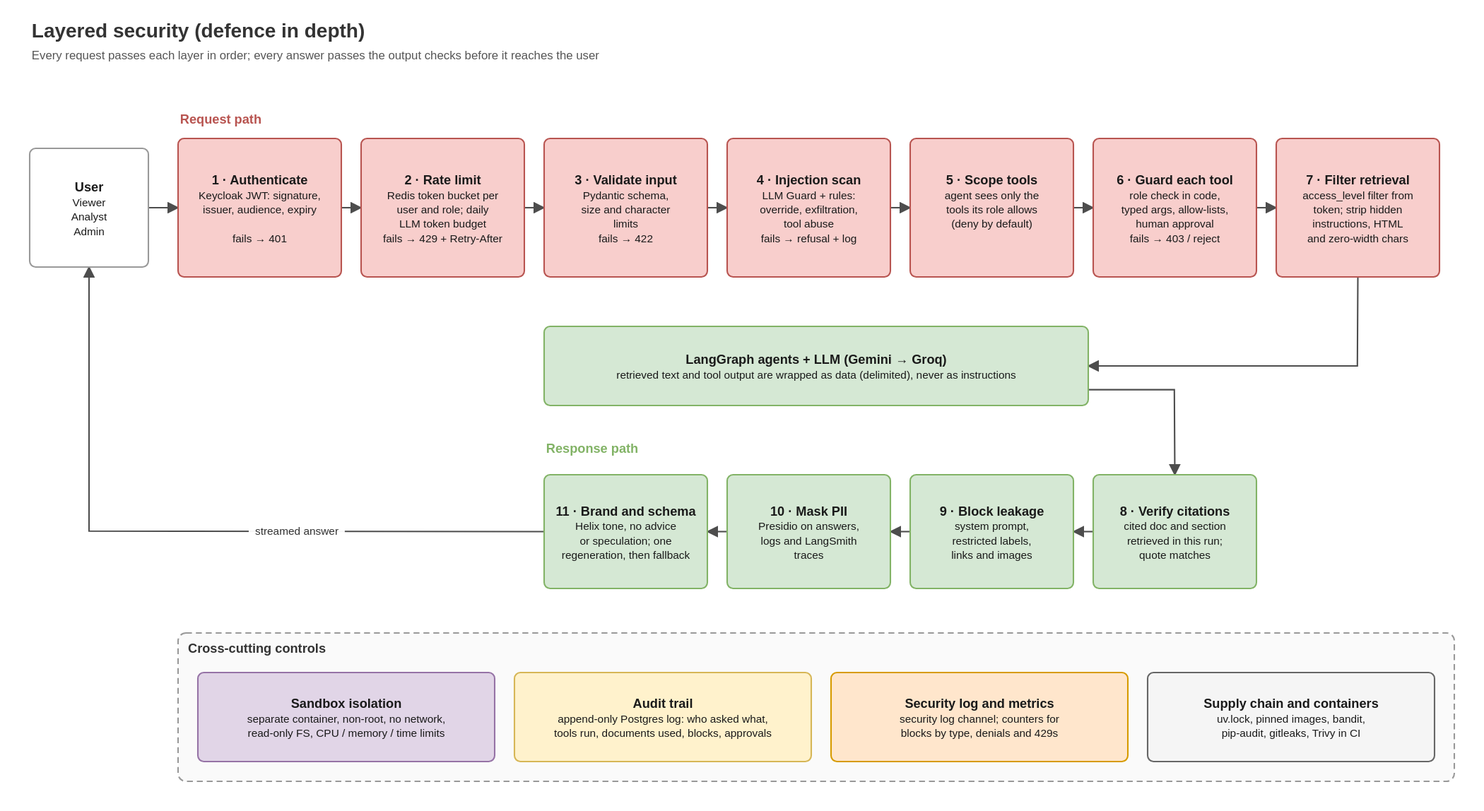
Earlier version of the draw.io export docs/architecture/06-security-layers.drawio.svg (madukawala/enterprise-knowledge-agent). Source tidied: cells renumbered, new cells last; positions are measured from the earlier drawing's top-left corner, leaving out a move shared by most shapes. Source of this version:
```xml
<mxGraphModel background="#FFFFFF">
  <root>
    <mxCell id="0" />
    <mxCell id="1" parent="0" />
    <mxCell id="2" value="&lt;b&gt;Cross-cutting controls&lt;/b&gt;" style="html=1;whiteSpace=wrap;fontFamily=Helvetica;fontSize=13;fontColor=#333333;rounded=1;absoluteArcSize=1;arcSize=16;dashed=1;dashPattern=6 4;fillColor=#FAFAFA;strokeColor=#999999;verticalAlign=top;align=left;spacingLeft=10;spacingTop=4;" parent="1" vertex="1">
      <mxGeometry x="150" y="622" width="1290" height="150" as="geometry" />
    </mxCell>
    <mxCell id="3" value="&lt;b&gt;Layered security (defence in depth)&lt;/b&gt;" style="text;html=1;whiteSpace=wrap;fontFamily=Helvetica;fontSize=20;fontColor=#333333;align=left;verticalAlign=top;strokeColor=none;fillColor=none;" parent="1" vertex="1">
      <mxGeometry width="1440" height="30" as="geometry" />
    </mxCell>
    <mxCell id="4" value="Every request passes each layer in order; every answer passes the output checks before it reaches the user" style="text;html=1;whiteSpace=wrap;fontFamily=Helvetica;fontSize=12;fontColor=#555555;align=left;verticalAlign=top;strokeColor=none;fillColor=none;" parent="1" vertex="1">
      <mxGeometry y="30" width="1440" height="20" as="geometry" />
    </mxCell>
    <mxCell id="5" value="&lt;b&gt;User&lt;/b&gt;&lt;br&gt;&lt;span style=&quot;font-size:11px&quot;&gt;Viewer&lt;br&gt;Analyst&lt;br&gt;Admin&lt;/span&gt;" style="html=1;whiteSpace=wrap;fontFamily=Helvetica;fontSize=13;fontColor=#1A1A1A;rounded=1;absoluteArcSize=1;arcSize=12;fillColor=#FFFFFF;strokeColor=#999999;strokeWidth=1.5;align=center;" parent="1" vertex="1">
      <mxGeometry y="132" width="120" height="120" as="geometry" />
    </mxCell>
    <mxCell id="6" value="&lt;b&gt;Request path&lt;/b&gt;" style="text;html=1;whiteSpace=wrap;fontFamily=Helvetica;fontSize=13;fontColor=#B85450;align=left;verticalAlign=top;strokeColor=none;fillColor=none;" parent="1" vertex="1">
      <mxGeometry x="150" y="94" width="400" height="20" as="geometry" />
    </mxCell>
    <mxCell id="7" value="&lt;b&gt;1 · Authenticate&lt;/b&gt;&lt;br&gt;&lt;span style=&quot;font-size:11px&quot;&gt;Keycloak JWT: signature,&lt;br&gt;issuer, audience, expiry&lt;br&gt;&lt;br&gt;fails → 401&lt;/span&gt;" style="html=1;whiteSpace=wrap;fontFamily=Helvetica;fontSize=13;fontColor=#1A1A1A;rounded=1;absoluteArcSize=1;arcSize=12;fillColor=#F8CECC;strokeColor=#B85450;strokeWidth=1.5;align=center;" parent="1" vertex="1">
      <mxGeometry x="150" y="122" width="165" height="140" as="geometry" />
    </mxCell>
    <mxCell id="8" value="&lt;b&gt;2 · Rate limit&lt;/b&gt;&lt;br&gt;&lt;span style=&quot;font-size:11px&quot;&gt;Redis token bucket per&lt;br&gt;user and role; daily&lt;br&gt;LLM token budget&lt;br&gt;fails → 429 + Retry-After&lt;/span&gt;" style="html=1;whiteSpace=wrap;fontFamily=Helvetica;fontSize=13;fontColor=#1A1A1A;rounded=1;absoluteArcSize=1;arcSize=12;fillColor=#F8CECC;strokeColor=#B85450;strokeWidth=1.5;align=center;" parent="1" vertex="1">
      <mxGeometry x="335" y="122" width="165" height="140" as="geometry" />
    </mxCell>
    <mxCell id="9" value="&lt;b&gt;3 · Validate input&lt;/b&gt;&lt;br&gt;&lt;span style=&quot;font-size:11px&quot;&gt;Pydantic schema,&lt;br&gt;size and character&lt;br&gt;limits&lt;br&gt;fails → 422&lt;/span&gt;" style="html=1;whiteSpace=wrap;fontFamily=Helvetica;fontSize=13;fontColor=#1A1A1A;rounded=1;absoluteArcSize=1;arcSize=12;fillColor=#F8CECC;strokeColor=#B85450;strokeWidth=1.5;align=center;" parent="1" vertex="1">
      <mxGeometry x="520" y="122" width="165" height="140" as="geometry" />
    </mxCell>
    <mxCell id="10" value="&lt;b&gt;4 · Injection scan&lt;/b&gt;&lt;br&gt;&lt;span style=&quot;font-size:11px&quot;&gt;LLM Guard + rules:&lt;br&gt;override, exfiltration,&lt;br&gt;tool abuse&lt;br&gt;fails → refusal + log&lt;/span&gt;" style="html=1;whiteSpace=wrap;fontFamily=Helvetica;fontSize=13;fontColor=#1A1A1A;rounded=1;absoluteArcSize=1;arcSize=12;fillColor=#F8CECC;strokeColor=#B85450;strokeWidth=1.5;align=center;" parent="1" vertex="1">
      <mxGeometry x="705" y="122" width="165" height="140" as="geometry" />
    </mxCell>
    <mxCell id="11" value="&lt;b&gt;5 · Scope tools&lt;/b&gt;&lt;br&gt;&lt;span style=&quot;font-size:11px&quot;&gt;agent sees only the&lt;br&gt;tools its role allows&lt;br&gt;(deny by default)&lt;br&gt;&lt;/span&gt;" style="html=1;whiteSpace=wrap;fontFamily=Helvetica;fontSize=13;fontColor=#1A1A1A;rounded=1;absoluteArcSize=1;arcSize=12;fillColor=#F8CECC;strokeColor=#B85450;strokeWidth=1.5;align=center;" parent="1" vertex="1">
      <mxGeometry x="890" y="122" width="165" height="140" as="geometry" />
    </mxCell>
    <mxCell id="12" value="&lt;b&gt;6 · Guard each tool&lt;/b&gt;&lt;br&gt;&lt;span style=&quot;font-size:11px&quot;&gt;role check in code,&lt;br&gt;typed args, allow-lists,&lt;br&gt;human approval&lt;br&gt;fails → 403 / reject&lt;/span&gt;" style="html=1;whiteSpace=wrap;fontFamily=Helvetica;fontSize=13;fontColor=#1A1A1A;rounded=1;absoluteArcSize=1;arcSize=12;fillColor=#F8CECC;strokeColor=#B85450;strokeWidth=1.5;align=center;" parent="1" vertex="1">
      <mxGeometry x="1075" y="122" width="165" height="140" as="geometry" />
    </mxCell>
    <mxCell id="13" value="&lt;b&gt;7 · Filter retrieval&lt;/b&gt;&lt;br&gt;&lt;span style=&quot;font-size:11px&quot;&gt;access_level filter from&lt;br&gt;token; strip hidden&lt;br&gt;instructions, HTML&lt;br&gt;and zero-width chars&lt;/span&gt;" style="html=1;whiteSpace=wrap;fontFamily=Helvetica;fontSize=13;fontColor=#1A1A1A;rounded=1;absoluteArcSize=1;arcSize=12;fillColor=#F8CECC;strokeColor=#B85450;strokeWidth=1.5;align=center;" parent="1" vertex="1">
      <mxGeometry x="1260" y="122" width="165" height="140" as="geometry" />
    </mxCell>
    <mxCell id="14" value="&lt;b&gt;LangGraph agents + LLM (Gemini → Groq)&lt;/b&gt;&lt;br&gt;&lt;span style=&quot;font-size:11px&quot;&gt;retrieved text and tool output are wrapped as data (delimited), never as instructions&lt;/span&gt;" style="html=1;whiteSpace=wrap;fontFamily=Helvetica;fontSize=13;fontColor=#1A1A1A;rounded=1;absoluteArcSize=1;arcSize=12;fillColor=#D5E8D4;strokeColor=#82B366;strokeWidth=1.5;align=center;" parent="1" vertex="1">
      <mxGeometry x="520" y="312" width="550" height="80" as="geometry" />
    </mxCell>
    <mxCell id="15" value="&lt;b&gt;Response path&lt;/b&gt;" style="text;html=1;whiteSpace=wrap;fontFamily=Helvetica;fontSize=13;fontColor=#82B366;align=left;verticalAlign=top;strokeColor=none;fillColor=none;" parent="1" vertex="1">
      <mxGeometry x="520" y="427" width="400" height="20" as="geometry" />
    </mxCell>
    <mxCell id="16" value="&lt;b&gt;8 · Verify citations&lt;/b&gt;&lt;br&gt;&lt;span style=&quot;font-size:11px&quot;&gt;cited doc and section&lt;br&gt;retrieved in this run;&lt;br&gt;quote matches&lt;/span&gt;" style="html=1;whiteSpace=wrap;fontFamily=Helvetica;fontSize=13;fontColor=#1A1A1A;rounded=1;absoluteArcSize=1;arcSize=12;fillColor=#D5E8D4;strokeColor=#82B366;strokeWidth=1.5;align=center;" parent="1" vertex="1">
      <mxGeometry x="1075" y="462" width="165" height="115" as="geometry" />
    </mxCell>
    <mxCell id="17" value="&lt;b&gt;9 · Block leakage&lt;/b&gt;&lt;br&gt;&lt;span style=&quot;font-size:11px&quot;&gt;system prompt,&lt;br&gt;restricted labels,&lt;br&gt;links and images&lt;/span&gt;" style="html=1;whiteSpace=wrap;fontFamily=Helvetica;fontSize=13;fontColor=#1A1A1A;rounded=1;absoluteArcSize=1;arcSize=12;fillColor=#D5E8D4;strokeColor=#82B366;strokeWidth=1.5;align=center;" parent="1" vertex="1">
      <mxGeometry x="890" y="462" width="165" height="115" as="geometry" />
    </mxCell>
    <mxCell id="18" value="&lt;b&gt;10 · Mask PII&lt;/b&gt;&lt;br&gt;&lt;span style=&quot;font-size:11px&quot;&gt;Presidio on answers,&lt;br&gt;logs and LangSmith&lt;br&gt;traces&lt;/span&gt;" style="html=1;whiteSpace=wrap;fontFamily=Helvetica;fontSize=13;fontColor=#1A1A1A;rounded=1;absoluteArcSize=1;arcSize=12;fillColor=#D5E8D4;strokeColor=#82B366;strokeWidth=1.5;align=center;" parent="1" vertex="1">
      <mxGeometry x="705" y="462" width="165" height="115" as="geometry" />
    </mxCell>
    <mxCell id="19" value="&lt;b&gt;11 · Brand and schema&lt;/b&gt;&lt;br&gt;&lt;span style=&quot;font-size:11px&quot;&gt;Helix tone, no advice&lt;br&gt;or speculation; one&lt;br&gt;regeneration, then fallback&lt;/span&gt;" style="html=1;whiteSpace=wrap;fontFamily=Helvetica;fontSize=13;fontColor=#1A1A1A;rounded=1;absoluteArcSize=1;arcSize=12;fillColor=#D5E8D4;strokeColor=#82B366;strokeWidth=1.5;align=center;" parent="1" vertex="1">
      <mxGeometry x="520" y="462" width="165" height="115" as="geometry" />
    </mxCell>
    <mxCell id="20" value="&lt;b&gt;Sandbox isolation&lt;/b&gt;&lt;br&gt;&lt;span style=&quot;font-size:11px&quot;&gt;separate container, non-root, no network,&lt;br&gt;read-only FS, CPU / memory / time limits&lt;/span&gt;" style="html=1;whiteSpace=wrap;fontFamily=Helvetica;fontSize=13;fontColor=#1A1A1A;rounded=1;absoluteArcSize=1;arcSize=12;fillColor=#E1D5E7;strokeColor=#9673A6;strokeWidth=1.5;align=center;" parent="1" vertex="1">
      <mxGeometry x="170" y="662" width="300" height="90" as="geometry" />
    </mxCell>
    <mxCell id="21" value="&lt;b&gt;Audit trail&lt;/b&gt;&lt;br&gt;&lt;span style=&quot;font-size:11px&quot;&gt;append-only Postgres log: who asked what,&lt;br&gt;tools run, documents used, blocks, approvals&lt;/span&gt;" style="html=1;whiteSpace=wrap;fontFamily=Helvetica;fontSize=13;fontColor=#1A1A1A;rounded=1;absoluteArcSize=1;arcSize=12;fillColor=#FFF2CC;strokeColor=#D6B656;strokeWidth=1.5;align=center;" parent="1" vertex="1">
      <mxGeometry x="490" y="662" width="300" height="90" as="geometry" />
    </mxCell>
    <mxCell id="22" value="&lt;b&gt;Security log and metrics&lt;/b&gt;&lt;br&gt;&lt;span style=&quot;font-size:11px&quot;&gt;security log channel; counters for&lt;br&gt;blocks by type, denials and 429s&lt;/span&gt;" style="html=1;whiteSpace=wrap;fontFamily=Helvetica;fontSize=13;fontColor=#1A1A1A;rounded=1;absoluteArcSize=1;arcSize=12;fillColor=#FFE6CC;strokeColor=#D79B00;strokeWidth=1.5;align=center;" parent="1" vertex="1">
      <mxGeometry x="810" y="662" width="300" height="90" as="geometry" />
    </mxCell>
    <mxCell id="23" value="&lt;b&gt;Supply chain and containers&lt;/b&gt;&lt;br&gt;&lt;span style=&quot;font-size:11px&quot;&gt;uv.lock, pinned images, bandit,&lt;br&gt;pip-audit, gitleaks, Trivy in CI&lt;/span&gt;" style="html=1;whiteSpace=wrap;fontFamily=Helvetica;fontSize=13;fontColor=#1A1A1A;rounded=1;absoluteArcSize=1;arcSize=12;fillColor=#F5F5F5;strokeColor=#666666;strokeWidth=1.5;align=center;" parent="1" vertex="1">
      <mxGeometry x="1130" y="662" width="290" height="90" as="geometry" />
    </mxCell>
    <mxCell id="24" style="edgeStyle=none;rounded=0;html=1;fontFamily=Helvetica;fontSize=11;fontColor=#333333;labelBackgroundColor=#FFFFFF;strokeColor=#4D4D4D;strokeWidth=1.5;endArrow=block;endFill=1;endSize=7;exitX=1;exitY=0.5;exitDx=0;exitDy=0;entryX=0;entryY=0.5;entryDx=0;entryDy=0;" parent="1" edge="1" source="7" target="8">
      <mxGeometry relative="1" as="geometry" />
    </mxCell>
    <mxCell id="25" style="edgeStyle=none;rounded=0;html=1;fontFamily=Helvetica;fontSize=11;fontColor=#333333;labelBackgroundColor=#FFFFFF;strokeColor=#4D4D4D;strokeWidth=1.5;endArrow=block;endFill=1;endSize=7;exitX=1;exitY=0.5;exitDx=0;exitDy=0;entryX=0;entryY=0.5;entryDx=0;entryDy=0;" parent="1" edge="1" source="8" target="9">
      <mxGeometry relative="1" as="geometry" />
    </mxCell>
    <mxCell id="26" style="edgeStyle=none;rounded=0;html=1;fontFamily=Helvetica;fontSize=11;fontColor=#333333;labelBackgroundColor=#FFFFFF;strokeColor=#4D4D4D;strokeWidth=1.5;endArrow=block;endFill=1;endSize=7;exitX=1;exitY=0.5;exitDx=0;exitDy=0;entryX=0;entryY=0.5;entryDx=0;entryDy=0;" parent="1" edge="1" source="9" target="10">
      <mxGeometry relative="1" as="geometry" />
    </mxCell>
    <mxCell id="27" style="edgeStyle=none;rounded=0;html=1;fontFamily=Helvetica;fontSize=11;fontColor=#333333;labelBackgroundColor=#FFFFFF;strokeColor=#4D4D4D;strokeWidth=1.5;endArrow=block;endFill=1;endSize=7;exitX=1;exitY=0.5;exitDx=0;exitDy=0;entryX=0;entryY=0.5;entryDx=0;entryDy=0;" parent="1" edge="1" source="10" target="11">
      <mxGeometry relative="1" as="geometry" />
    </mxCell>
    <mxCell id="28" style="edgeStyle=none;rounded=0;html=1;fontFamily=Helvetica;fontSize=11;fontColor=#333333;labelBackgroundColor=#FFFFFF;strokeColor=#4D4D4D;strokeWidth=1.5;endArrow=block;endFill=1;endSize=7;exitX=1;exitY=0.5;exitDx=0;exitDy=0;entryX=0;entryY=0.5;entryDx=0;entryDy=0;" parent="1" edge="1" source="11" target="12">
      <mxGeometry relative="1" as="geometry" />
    </mxCell>
    <mxCell id="29" style="edgeStyle=none;rounded=0;html=1;fontFamily=Helvetica;fontSize=11;fontColor=#333333;labelBackgroundColor=#FFFFFF;strokeColor=#4D4D4D;strokeWidth=1.5;endArrow=block;endFill=1;endSize=7;exitX=1;exitY=0.5;exitDx=0;exitDy=0;entryX=0;entryY=0.5;entryDx=0;entryDy=0;" parent="1" edge="1" source="12" target="13">
      <mxGeometry relative="1" as="geometry" />
    </mxCell>
    <mxCell id="30" style="edgeStyle=none;rounded=0;html=1;fontFamily=Helvetica;fontSize=11;fontColor=#333333;labelBackgroundColor=#FFFFFF;strokeColor=#4D4D4D;strokeWidth=1.5;endArrow=block;endFill=1;endSize=7;exitX=1;exitY=0.5;exitDx=0;exitDy=0;entryX=0;entryY=0.5;entryDx=0;entryDy=0;" parent="1" edge="1" source="5" target="7">
      <mxGeometry relative="1" as="geometry" />
    </mxCell>
    <mxCell id="31" style="edgeStyle=none;rounded=0;html=1;fontFamily=Helvetica;fontSize=11;fontColor=#333333;labelBackgroundColor=#FFFFFF;strokeColor=#4D4D4D;strokeWidth=1.5;endArrow=block;endFill=1;endSize=7;exitX=0.5;exitY=1;exitDx=0;exitDy=0;entryX=1;entryY=0.5;entryDx=0;entryDy=0;" parent="1" edge="1" source="13" target="14">
      <mxGeometry relative="1" as="geometry">
        <Array as="points">
          <mxPoint x="1342" y="352" />
        </Array>
      </mxGeometry>
    </mxCell>
    <mxCell id="32" style="edgeStyle=none;rounded=0;html=1;fontFamily=Helvetica;fontSize=11;fontColor=#333333;labelBackgroundColor=#FFFFFF;strokeColor=#4D4D4D;strokeWidth=1.5;endArrow=block;endFill=1;endSize=7;exitX=0;exitY=0.5;exitDx=0;exitDy=0;entryX=1;entryY=0.5;entryDx=0;entryDy=0;" parent="1" edge="1" source="16" target="17">
      <mxGeometry relative="1" as="geometry" />
    </mxCell>
    <mxCell id="33" style="edgeStyle=none;rounded=0;html=1;fontFamily=Helvetica;fontSize=11;fontColor=#333333;labelBackgroundColor=#FFFFFF;strokeColor=#4D4D4D;strokeWidth=1.5;endArrow=block;endFill=1;endSize=7;exitX=0;exitY=0.5;exitDx=0;exitDy=0;entryX=1;entryY=0.5;entryDx=0;entryDy=0;" parent="1" edge="1" source="17" target="18">
      <mxGeometry relative="1" as="geometry" />
    </mxCell>
    <mxCell id="34" style="edgeStyle=none;rounded=0;html=1;fontFamily=Helvetica;fontSize=11;fontColor=#333333;labelBackgroundColor=#FFFFFF;strokeColor=#4D4D4D;strokeWidth=1.5;endArrow=block;endFill=1;endSize=7;exitX=0;exitY=0.5;exitDx=0;exitDy=0;entryX=1;entryY=0.5;entryDx=0;entryDy=0;" parent="1" edge="1" source="18" target="19">
      <mxGeometry relative="1" as="geometry" />
    </mxCell>
    <mxCell id="35" style="edgeStyle=none;rounded=0;html=1;fontFamily=Helvetica;fontSize=11;fontColor=#333333;labelBackgroundColor=#FFFFFF;strokeColor=#4D4D4D;strokeWidth=1.5;endArrow=block;endFill=1;endSize=7;exitX=1;exitY=0.8;exitDx=0;exitDy=0;entryX=0.5;entryY=0;entryDx=0;entryDy=0;" parent="1" edge="1" source="14" target="16">
      <mxGeometry relative="1" as="geometry">
        <Array as="points">
          <mxPoint x="1157" y="376" />
        </Array>
      </mxGeometry>
    </mxCell>
    <mxCell id="36" value="streamed answer" style="edgeStyle=none;rounded=0;html=1;fontFamily=Helvetica;fontSize=11;fontColor=#333333;labelBackgroundColor=#FFFFFF;strokeColor=#4D4D4D;strokeWidth=1.5;endArrow=block;endFill=1;endSize=7;exitX=0;exitY=0.5;exitDx=0;exitDy=0;entryX=0.5;entryY=1;entryDx=0;entryDy=0;" parent="1" edge="1" source="19" target="5">
      <mxGeometry x="-0.31" relative="1" as="geometry">
        <Array as="points">
          <mxPoint x="60" y="519" />
        </Array>
        <mxPoint y="-0.2" as="offset" />
      </mxGeometry>
    </mxCell>
  </root>
</mxGraphModel>
```
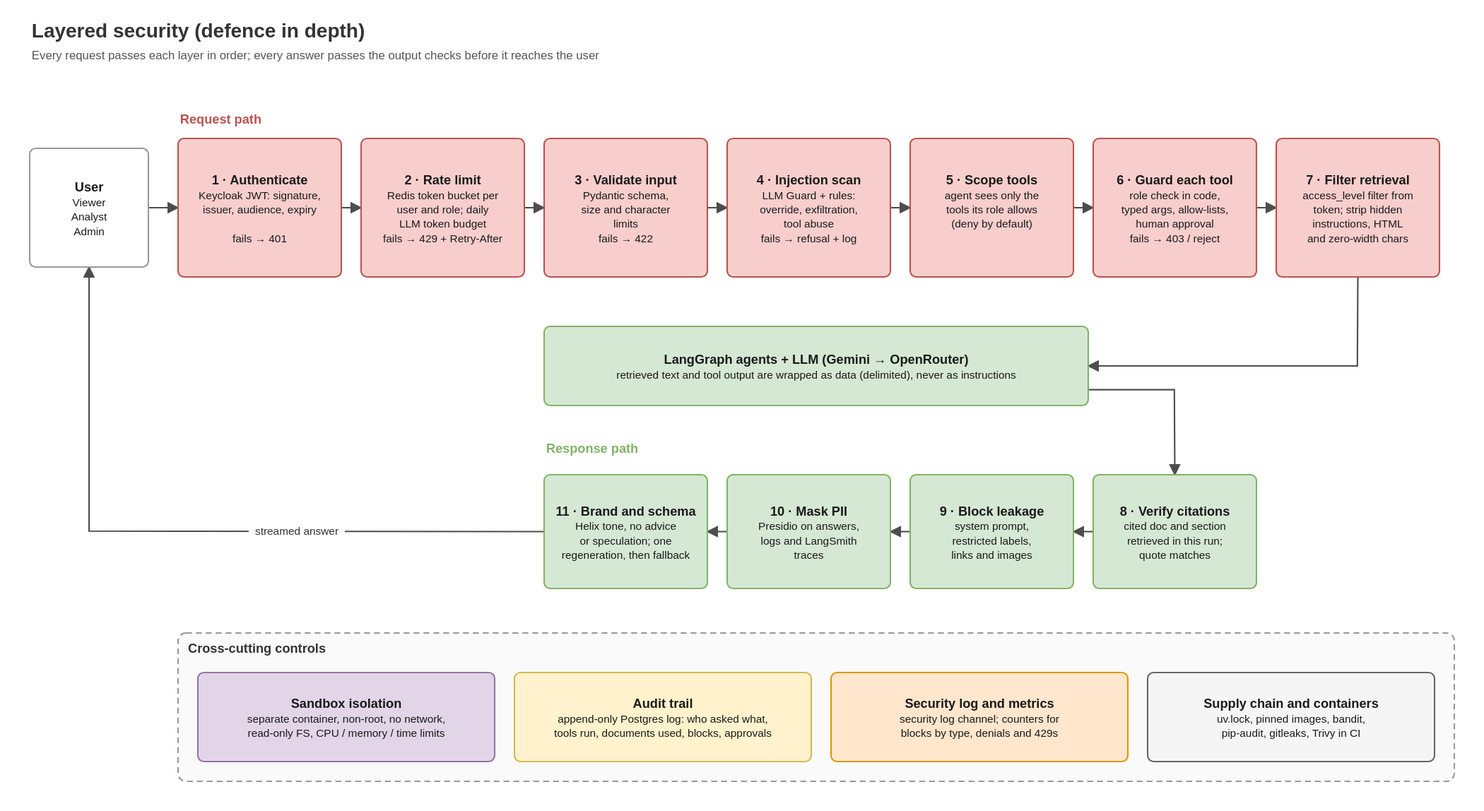
The same diagram one commit later.

The edit, as a diff of the source:
```diff
@@ -38,7 +38,7 @@
     <mxCell id="13" value="&lt;b&gt;7 · Filter retrieval&lt;/b&gt;&lt;br&gt;&lt;span style=&quot;font-size:11px&quot;&gt;access_level filter from&lt;br&gt;token; strip hidden&lt;br&gt;instructions, HTML&lt;br&gt;and zero-width chars&lt;/span&gt;" style="html=1;whiteSpace=wrap;fontFamily=Helvetica;fontSize=13;fontColor=#1A1A1A;rounded=1;absoluteArcSize=1;arcSize=12;fillColor=#F8CECC;strokeColor=#B85450;strokeWidth=1.5;align=center;" parent="1" vertex="1">
       <mxGeometry x="1260" y="122" width="165" height="140" as="geometry" />
     </mxCell>
-    <mxCell id="14" value="&lt;b&gt;LangGraph agents + LLM (Gemini → Groq)&lt;/b&gt;&lt;br&gt;&lt;span style=&quot;font-size:11px&quot;&gt;retrieved text and tool output are wrapped as data (delimited), never as instructions&lt;/span&gt;" style="html=1;whiteSpace=wrap;fontFamily=Helvetica;fontSize=13;fontColor=#1A1A1A;rounded=1;absoluteArcSize=1;arcSize=12;fillColor=#D5E8D4;strokeColor=#82B366;strokeWidth=1.5;align=center;" parent="1" vertex="1">
+    <mxCell id="14" value="&lt;b&gt;LangGraph agents + LLM (Gemini → OpenRouter)&lt;/b&gt;&lt;br&gt;&lt;span style=&quot;font-size:11px&quot;&gt;retrieved text and tool output are wrapped as data (delimited), never as instructions&lt;/span&gt;" style="html=1;whiteSpace=wrap;fontFamily=Helvetica;fontSize=13;fontColor=#1A1A1A;rounded=1;absoluteArcSize=1;arcSize=12;fillColor=#D5E8D4;strokeColor=#82B366;strokeWidth=1.5;align=center;" parent="1" vertex="1">
       <mxGeometry x="520" y="312" width="550" height="80" as="geometry" />
     </mxCell>
     <mxCell id="15" value="&lt;b&gt;Response path&lt;/b&gt;" style="text;html=1;whiteSpace=wrap;fontFamily=Helvetica;fontSize=13;fontColor=#82B366;align=left;verticalAlign=top;strokeColor=none;fillColor=none;" parent="1" vertex="1">
```
